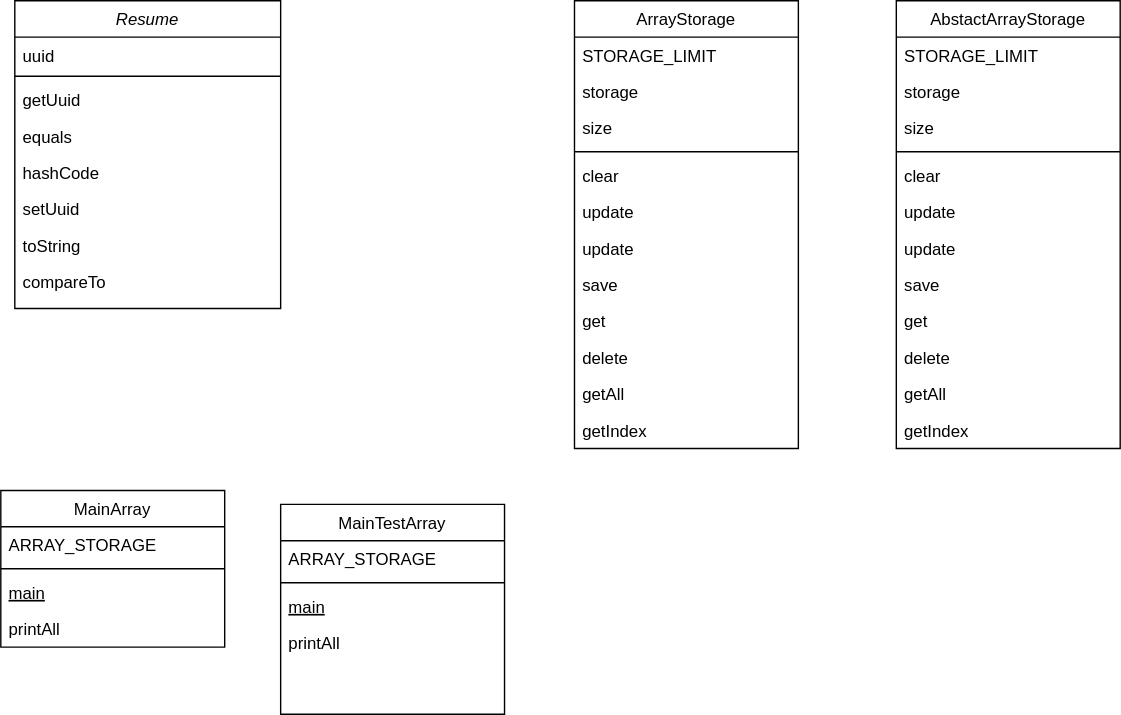
This is Диаграмма без названия.drawio.svg from darken321/diagrams, a draw.io export, as it was before one commit. Source tidied: cells renumbered, new cells last; positions are measured from the earlier drawing's top-left corner, leaving out a move shared by most shapes.
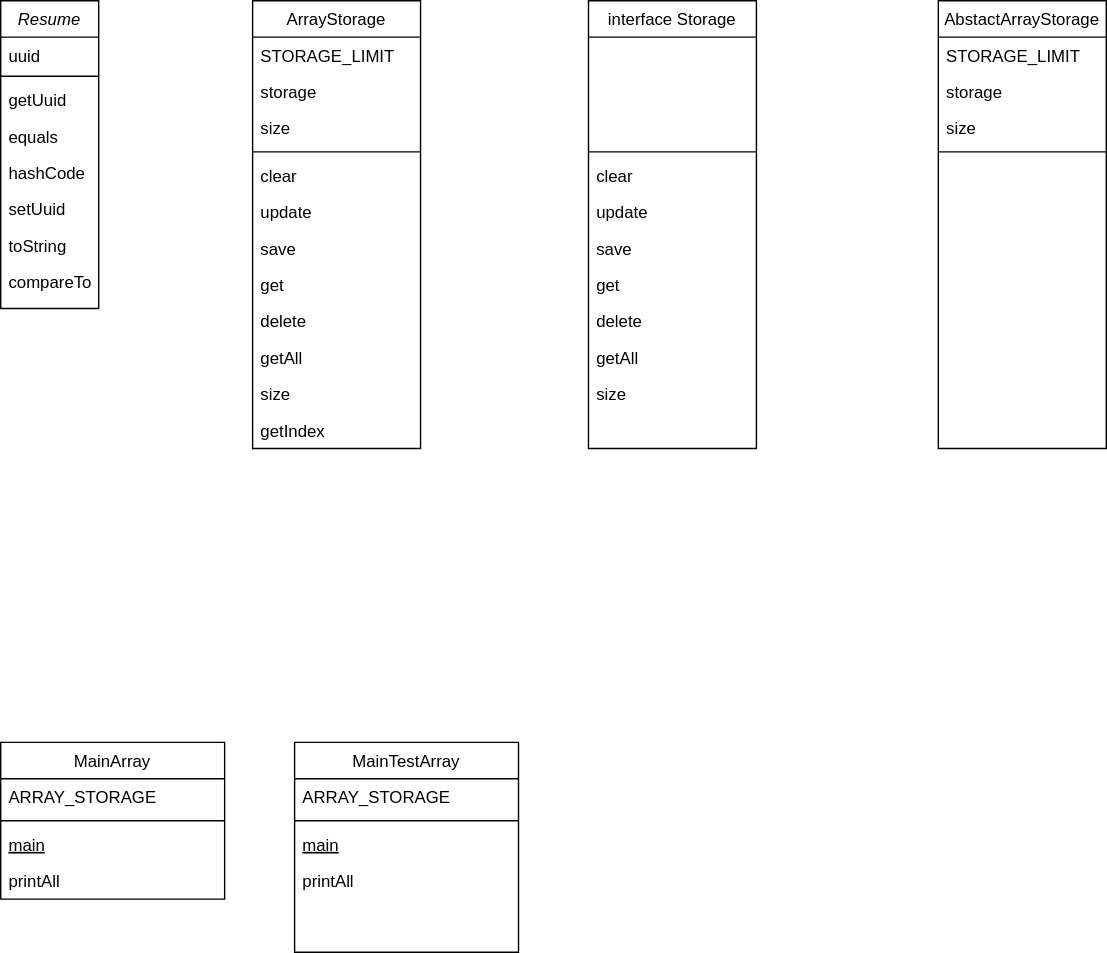
After the commit.

Change to the diagram source:
```diff
@@ -3,34 +3,34 @@
     <mxCell id="0" />
     <mxCell id="1" parent="0" />
     <mxCell id="2" value="Resume" style="swimlane;fontStyle=2;align=center;verticalAlign=top;horizontal=1;startSize=26;rounded=0;shadow=0;strokeWidth=1;" parent="1" vertex="1">
-      <mxGeometry x="10" width="190" height="220" as="geometry" />
+      <mxGeometry x="10" width="70" height="220" as="geometry" />
     </mxCell>
     <mxCell id="3" value="uuid" style="text;align=left;verticalAlign=top;spacingLeft=4;spacingRight=4;overflow=hidden;" parent="2" vertex="1">
-      <mxGeometry y="26" width="190" height="24" as="geometry" />
+      <mxGeometry y="26" width="70" height="24" as="geometry" />
     </mxCell>
     <mxCell id="4" style="line;html=1;strokeWidth=1;align=left;verticalAlign=middle;spacingTop=-1;spacingLeft=3;spacingRight=3;labelPosition=right;" parent="2" vertex="1">
-      <mxGeometry y="50" width="190" height="8" as="geometry" />
+      <mxGeometry y="50" width="70" height="8" as="geometry" />
     </mxCell>
     <mxCell id="5" value="getUuid" style="text;align=left;verticalAlign=top;spacingLeft=4;spacingRight=4;overflow=hidden;" parent="2" vertex="1">
-      <mxGeometry y="58" width="190" height="26" as="geometry" />
+      <mxGeometry y="58" width="70" height="26" as="geometry" />
     </mxCell>
     <mxCell id="6" value="equals" style="text;align=left;verticalAlign=top;spacingLeft=4;spacingRight=4;overflow=hidden;" parent="2" vertex="1">
-      <mxGeometry y="84" width="190" height="26" as="geometry" />
+      <mxGeometry y="84" width="70" height="26" as="geometry" />
     </mxCell>
     <mxCell id="7" value="hashCode" style="text;align=left;verticalAlign=top;spacingLeft=4;spacingRight=4;overflow=hidden;" parent="2" vertex="1">
-      <mxGeometry y="110" width="190" height="26" as="geometry" />
+      <mxGeometry y="110" width="70" height="26" as="geometry" />
     </mxCell>
     <mxCell id="8" value="setUuid" style="text;align=left;verticalAlign=top;spacingLeft=4;spacingRight=4;overflow=hidden;" parent="2" vertex="1">
-      <mxGeometry y="136" width="190" height="26" as="geometry" />
+      <mxGeometry y="136" width="70" height="26" as="geometry" />
     </mxCell>
     <mxCell id="9" value="toString" style="text;align=left;verticalAlign=top;spacingLeft=4;spacingRight=4;overflow=hidden;" parent="2" vertex="1">
-      <mxGeometry y="162" width="190" height="26" as="geometry" />
+      <mxGeometry y="162" width="70" height="26" as="geometry" />
     </mxCell>
     <mxCell id="10" value="compareTo" style="text;align=left;verticalAlign=top;spacingLeft=4;spacingRight=4;overflow=hidden;" parent="2" vertex="1">
-      <mxGeometry y="188" width="190" height="26" as="geometry" />
+      <mxGeometry y="188" width="70" height="26" as="geometry" />
     </mxCell>
     <mxCell id="11" value="MainArray" style="swimlane;fontStyle=0;align=center;verticalAlign=top;horizontal=1;startSize=26;rounded=0;shadow=0;strokeWidth=1;" parent="1" vertex="1">
-      <mxGeometry y="350" width="160" height="112" as="geometry" />
+      <mxGeometry x="10" y="530" width="160" height="112" as="geometry" />
     </mxCell>
     <mxCell id="12" value="ARRAY_STORAGE" style="text;align=left;verticalAlign=top;spacingLeft=4;spacingRight=4;overflow=hidden;" parent="11" vertex="1">
       <mxGeometry y="26" width="160" height="26" as="geometry" />
@@ -45,7 +45,7 @@
       <mxGeometry y="86" width="160" height="26" as="geometry" />
     </mxCell>
     <mxCell id="16" value="MainTestArray" style="swimlane;fontStyle=0;align=center;verticalAlign=top;horizontal=1;startSize=26;rounded=0;shadow=0;strokeWidth=1;" parent="1" vertex="1">
-      <mxGeometry x="200" y="360" width="160" height="150" as="geometry" />
+      <mxGeometry x="220" y="530" width="160" height="150" as="geometry" />
     </mxCell>
     <mxCell id="17" value="ARRAY_STORAGE" style="text;align=left;verticalAlign=top;spacingLeft=4;spacingRight=4;overflow=hidden;" parent="16" vertex="1">
       <mxGeometry y="26" width="160" height="26" as="geometry" />
@@ -60,82 +60,94 @@
       <mxGeometry y="86" width="160" height="26" as="geometry" />
     </mxCell>
     <mxCell id="21" value="ArrayStorage" style="swimlane;fontStyle=0;align=center;verticalAlign=top;horizontal=1;startSize=26;rounded=0;shadow=0;strokeWidth=1;" parent="1" vertex="1">
-      <mxGeometry x="410" width="160" height="320" as="geometry" />
+      <mxGeometry x="190" width="120" height="320" as="geometry" />
     </mxCell>
     <mxCell id="22" value="STORAGE_LIMIT" style="text;align=left;verticalAlign=top;spacingLeft=4;spacingRight=4;overflow=hidden;" parent="21" vertex="1">
-      <mxGeometry y="26" width="160" height="26" as="geometry" />
+      <mxGeometry y="26" width="120" height="26" as="geometry" />
     </mxCell>
     <mxCell id="23" value="storage" style="text;align=left;verticalAlign=top;spacingLeft=4;spacingRight=4;overflow=hidden;rounded=0;shadow=0;html=0;" parent="21" vertex="1">
-      <mxGeometry y="52" width="160" height="26" as="geometry" />
+      <mxGeometry y="52" width="120" height="26" as="geometry" />
     </mxCell>
     <mxCell id="24" value="size" style="text;align=left;verticalAlign=top;spacingLeft=4;spacingRight=4;overflow=hidden;rounded=0;shadow=0;html=0;" parent="21" vertex="1">
-      <mxGeometry y="78" width="160" height="26" as="geometry" />
+      <mxGeometry y="78" width="120" height="26" as="geometry" />
     </mxCell>
     <mxCell id="25" style="line;html=1;strokeWidth=1;align=left;verticalAlign=middle;spacingTop=-1;spacingLeft=3;spacingRight=3;labelPosition=right;" parent="21" vertex="1">
-      <mxGeometry y="104" width="160" height="8" as="geometry" />
+      <mxGeometry y="104" width="120" height="8" as="geometry" />
     </mxCell>
     <mxCell id="26" value="clear" style="text;align=left;verticalAlign=top;spacingLeft=4;spacingRight=4;overflow=hidden;" parent="21" vertex="1">
-      <mxGeometry y="112" width="160" height="26" as="geometry" />
+      <mxGeometry y="112" width="120" height="26" as="geometry" />
     </mxCell>
     <mxCell id="27" value="update" style="text;align=left;verticalAlign=top;spacingLeft=4;spacingRight=4;overflow=hidden;" parent="21" vertex="1">
-      <mxGeometry y="138" width="160" height="26" as="geometry" />
+      <mxGeometry y="138" width="120" height="26" as="geometry" />
     </mxCell>
-    <mxCell id="28" value="update" style="text;align=left;verticalAlign=top;spacingLeft=4;spacingRight=4;overflow=hidden;" parent="21" vertex="1">
-      <mxGeometry y="164" width="160" height="26" as="geometry" />
-    </mxCell>
     <mxCell id="29" value="save" style="text;align=left;verticalAlign=top;spacingLeft=4;spacingRight=4;overflow=hidden;" parent="21" vertex="1">
-      <mxGeometry y="190" width="160" height="26" as="geometry" />
+      <mxGeometry y="164" width="120" height="26" as="geometry" />
     </mxCell>
     <mxCell id="30" value="get" style="text;align=left;verticalAlign=top;spacingLeft=4;spacingRight=4;overflow=hidden;" parent="21" vertex="1">
-      <mxGeometry y="216" width="160" height="26" as="geometry" />
+      <mxGeometry y="190" width="120" height="26" as="geometry" />
     </mxCell>
     <mxCell id="31" value="delete" style="text;align=left;verticalAlign=top;spacingLeft=4;spacingRight=4;overflow=hidden;" parent="21" vertex="1">
-      <mxGeometry y="242" width="160" height="26" as="geometry" />
+      <mxGeometry y="216" width="120" height="26" as="geometry" />
     </mxCell>
     <mxCell id="32" value="getAll" style="text;align=left;verticalAlign=top;spacingLeft=4;spacingRight=4;overflow=hidden;" parent="21" vertex="1">
-      <mxGeometry y="268" width="160" height="26" as="geometry" />
+      <mxGeometry y="242" width="120" height="26" as="geometry" />
     </mxCell>
+    <mxCell id="47" value="size" style="text;align=left;verticalAlign=top;spacingLeft=4;spacingRight=4;overflow=hidden;" parent="21" vertex="1">
+      <mxGeometry y="268" width="120" height="26" as="geometry" />
+    </mxCell>
     <mxCell id="33" value="getIndex" style="text;align=left;verticalAlign=top;spacingLeft=4;spacingRight=4;overflow=hidden;" parent="21" vertex="1">
-      <mxGeometry y="294" width="160" height="26" as="geometry" />
+      <mxGeometry y="294" width="120" height="26" as="geometry" />
     </mxCell>
     <mxCell id="34" value="AbstactArrayStorage" style="swimlane;fontStyle=0;align=center;verticalAlign=top;horizontal=1;startSize=26;rounded=0;shadow=0;strokeWidth=1;" parent="1" vertex="1">
-      <mxGeometry x="640" width="160" height="320" as="geometry" />
+      <mxGeometry x="680" width="120" height="320" as="geometry" />
     </mxCell>
     <mxCell id="35" value="STORAGE_LIMIT" style="text;align=left;verticalAlign=top;spacingLeft=4;spacingRight=4;overflow=hidden;" parent="34" vertex="1">
-      <mxGeometry y="26" width="160" height="26" as="geometry" />
+      <mxGeometry y="26" width="120" height="26" as="geometry" />
     </mxCell>
     <mxCell id="36" value="storage" style="text;align=left;verticalAlign=top;spacingLeft=4;spacingRight=4;overflow=hidden;rounded=0;shadow=0;html=0;" parent="34" vertex="1">
-      <mxGeometry y="52" width="160" height="26" as="geometry" />
+      <mxGeometry y="52" width="120" height="26" as="geometry" />
     </mxCell>
     <mxCell id="37" value="size" style="text;align=left;verticalAlign=top;spacingLeft=4;spacingRight=4;overflow=hidden;rounded=0;shadow=0;html=0;" parent="34" vertex="1">
-      <mxGeometry y="78" width="160" height="26" as="geometry" />
+      <mxGeometry y="78" width="120" height="26" as="geometry" />
     </mxCell>
     <mxCell id="38" style="line;html=1;strokeWidth=1;align=left;verticalAlign=middle;spacingTop=-1;spacingLeft=3;spacingRight=3;labelPosition=right;" parent="34" vertex="1">
-      <mxGeometry y="104" width="160" height="8" as="geometry" />
+      <mxGeometry y="104" width="120" height="8" as="geometry" />
     </mxCell>
+    <mxCell id="48" value="interface Storage" style="swimlane;fontStyle=0;align=center;verticalAlign=top;horizontal=1;startSize=26;rounded=0;shadow=0;strokeWidth=1;" parent="1" vertex="1">
+      <mxGeometry x="430" width="120" height="320" as="geometry" />
+    </mxCell>
+    <mxCell id="49" value=" " style="text;align=left;verticalAlign=top;spacingLeft=4;spacingRight=4;overflow=hidden;" parent="48" vertex="1">
+      <mxGeometry y="26" width="120" height="26" as="geometry" />
+    </mxCell>
+    <mxCell id="50" value=" " style="text;align=left;verticalAlign=top;spacingLeft=4;spacingRight=4;overflow=hidden;rounded=0;shadow=0;html=0;" parent="48" vertex="1">
+      <mxGeometry y="52" width="120" height="26" as="geometry" />
+    </mxCell>
+    <mxCell id="51" value=" " style="text;align=left;verticalAlign=top;spacingLeft=4;spacingRight=4;overflow=hidden;rounded=0;shadow=0;html=0;" parent="48" vertex="1">
+      <mxGeometry y="78" width="120" height="26" as="geometry" />
+    </mxCell>
+    <mxCell id="52" style="line;html=1;strokeWidth=1;align=left;verticalAlign=middle;spacingTop=-1;spacingLeft=3;spacingRight=3;labelPosition=right;" parent="48" vertex="1">
+      <mxGeometry y="104" width="120" height="8" as="geometry" />
+    </mxCell>
-    <mxCell id="39" value="clear" style="text;align=left;verticalAlign=top;spacingLeft=4;spacingRight=4;overflow=hidden;" parent="34" vertex="1">
-      <mxGeometry y="112" width="160" height="26" as="geometry" />
+    <mxCell id="39" value="clear" style="text;align=left;verticalAlign=top;spacingLeft=4;spacingRight=4;overflow=hidden;" parent="48" vertex="1">
+      <mxGeometry y="112" width="120" height="26" as="geometry" />
     </mxCell>
-    <mxCell id="40" value="update" style="text;align=left;verticalAlign=top;spacingLeft=4;spacingRight=4;overflow=hidden;" parent="34" vertex="1">
-      <mxGeometry y="138" width="160" height="26" as="geometry" />
-    </mxCell>
-    <mxCell id="41" value="update" style="text;align=left;verticalAlign=top;spacingLeft=4;spacingRight=4;overflow=hidden;" parent="34" vertex="1">
-      <mxGeometry y="164" width="160" height="26" as="geometry" />
-    </mxCell>
+    <mxCell id="53" value="update" style="text;align=left;verticalAlign=top;spacingLeft=4;spacingRight=4;overflow=hidden;" parent="48" vertex="1">
+      <mxGeometry y="138" width="120" height="26" as="geometry" />
+    </mxCell>
-    <mxCell id="42" value="save" style="text;align=left;verticalAlign=top;spacingLeft=4;spacingRight=4;overflow=hidden;" parent="34" vertex="1">
-      <mxGeometry y="190" width="160" height="26" as="geometry" />
+    <mxCell id="42" value="save" style="text;align=left;verticalAlign=top;spacingLeft=4;spacingRight=4;overflow=hidden;" parent="48" vertex="1">
+      <mxGeometry y="164" width="120" height="26" as="geometry" />
     </mxCell>
-    <mxCell id="43" value="get" style="text;align=left;verticalAlign=top;spacingLeft=4;spacingRight=4;overflow=hidden;" parent="34" vertex="1">
-      <mxGeometry y="216" width="160" height="26" as="geometry" />
+    <mxCell id="43" value="get" style="text;align=left;verticalAlign=top;spacingLeft=4;spacingRight=4;overflow=hidden;" parent="48" vertex="1">
+      <mxGeometry y="190" width="120" height="26" as="geometry" />
     </mxCell>
-    <mxCell id="44" value="delete" style="text;align=left;verticalAlign=top;spacingLeft=4;spacingRight=4;overflow=hidden;" parent="34" vertex="1">
-      <mxGeometry y="242" width="160" height="26" as="geometry" />
+    <mxCell id="44" value="delete" style="text;align=left;verticalAlign=top;spacingLeft=4;spacingRight=4;overflow=hidden;" parent="48" vertex="1">
+      <mxGeometry y="216" width="120" height="26" as="geometry" />
     </mxCell>
-    <mxCell id="45" value="getAll" style="text;align=left;verticalAlign=top;spacingLeft=4;spacingRight=4;overflow=hidden;" parent="34" vertex="1">
-      <mxGeometry y="268" width="160" height="26" as="geometry" />
+    <mxCell id="45" value="getAll" style="text;align=left;verticalAlign=top;spacingLeft=4;spacingRight=4;overflow=hidden;" parent="48" vertex="1">
+      <mxGeometry y="242" width="120" height="26" as="geometry" />
     </mxCell>
-    <mxCell id="46" value="getIndex" style="text;align=left;verticalAlign=top;spacingLeft=4;spacingRight=4;overflow=hidden;" parent="34" vertex="1">
-      <mxGeometry y="294" width="160" height="26" as="geometry" />
-    </mxCell>
+    <mxCell id="54" value="size" style="text;align=left;verticalAlign=top;spacingLeft=4;spacingRight=4;overflow=hidden;" parent="48" vertex="1">
+      <mxGeometry y="268" width="120" height="26" as="geometry" />
+    </mxCell>
   </root>
 </mxGraphModel>
```
